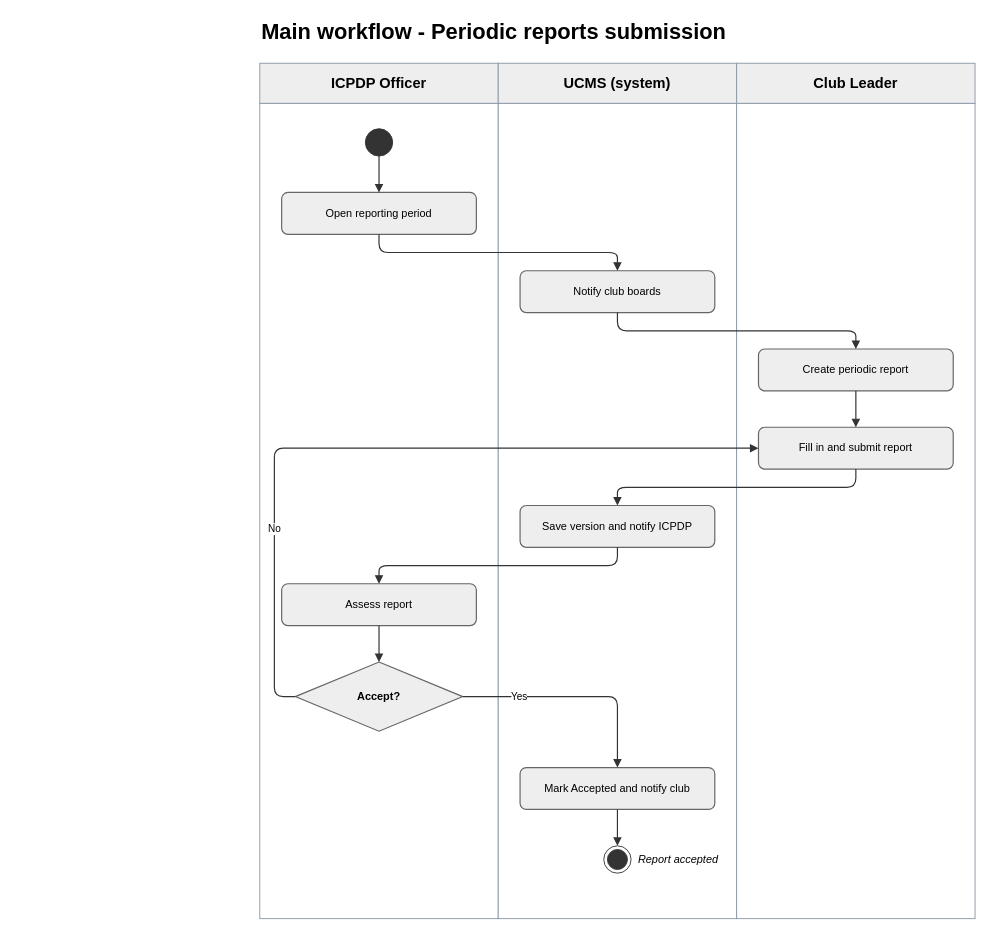
Before: page "03 Periodic reports submission" (3 of 10) of docs/03-diagrams/UCMS_Main_Workflow.drawio in nvdekay/ClubManagementSystem, a draw.io diagram. Source tidied: cells renumbered, new cells numbered last; positions are measured from the earlier drawing's top-left corner, leaving out a move shared by most shapes. Both pictures are drawn from the tidied source at 91%, with x=0, y=0 at pixel (259, 15).
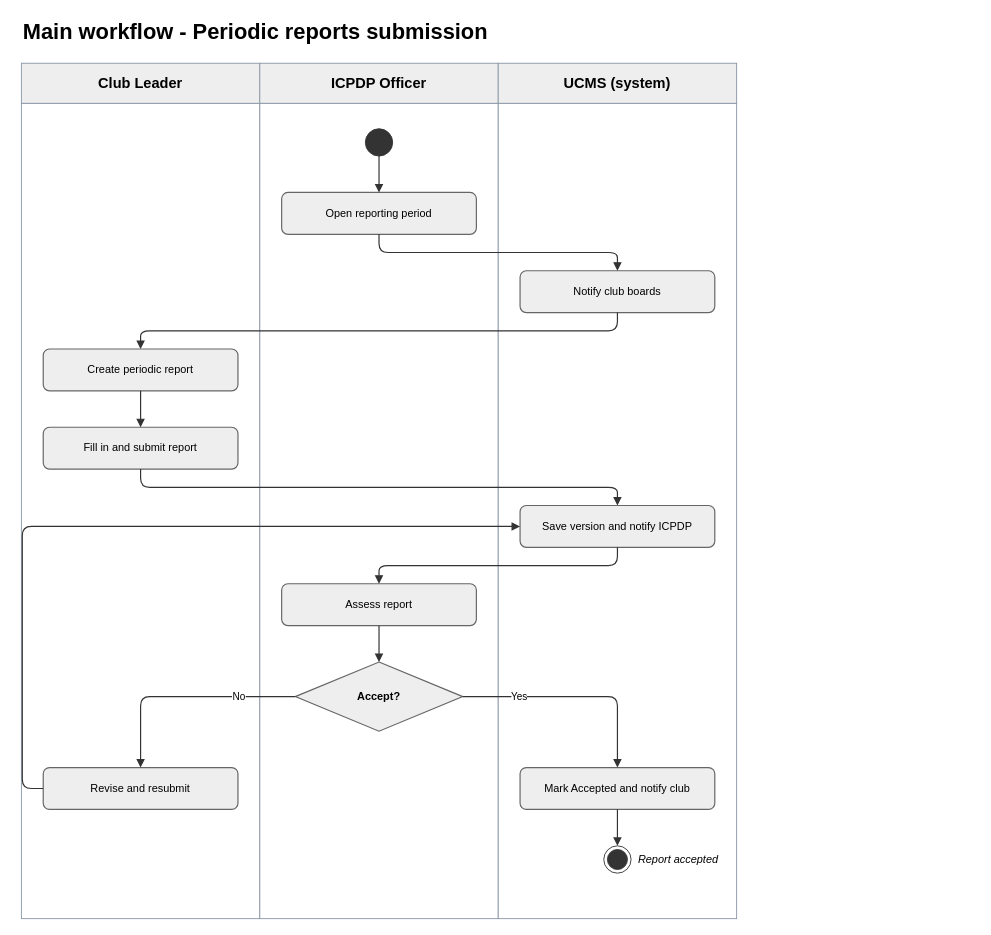
After the change.

Commit message (it also covers changes not shown here):
docs(diagrams): add explicit fix/revise-and-resubmit steps to main workflows

Unchanged cells that the change refers to:
```xml
<mxCell id="14" value="Save version and notify ICPDP" style="rounded=1;whiteSpace=wrap;html=1;fillColor=#eeeeee;strokeColor=#666666;strokeWidth=1.3;spacing=6;fontSize=12;" parent="1" vertex="1">
  <mxGeometry x="286" y="538" width="214" height="46" as="geometry" />
</mxCell>
<mxCell id="16" value="Accept?" style="rhombus;whiteSpace=wrap;html=1;fillColor=#eeeeee;strokeColor=#666666;strokeWidth=1.3;fontStyle=1;spacingLeft=18;spacingRight=18;fontSize=12;" parent="1" vertex="1">
  <mxGeometry x="39" y="710" width="184" height="76" as="geometry" />
</mxCell>
<mxCell id="17" value="Mark Accepted and notify club" style="rounded=1;whiteSpace=wrap;html=1;fillColor=#eeeeee;strokeColor=#666666;strokeWidth=1.3;spacing=6;fontSize=12;" parent="1" vertex="1">
  <mxGeometry x="286" y="826" width="214" height="46" as="geometry" />
</mxCell>
<mxCell id="18" style="ellipse;html=1;shape=endState;fillColor=#333333;strokeColor=#333333;" parent="1" vertex="1">
  <mxGeometry x="378" y="912" width="30" height="30" as="geometry" />
</mxCell>
```

The edit, as a diff of the source:
```diff
@@
     <mxCell id="2" value="Main workflow - Periodic reports submission" style="text;html=1;align=left;verticalAlign=middle;fontSize=24;fontStyle=1;" parent="1" vertex="1">
-      <mxGeometry width="786" height="36" as="geometry" />
+      <mxGeometry x="-262" width="786" height="36" as="geometry" />
     </mxCell>
+    <mxCell id="7" style="rounded=0;html=1;fillColor=#ffffff;strokeColor=#8a97a6;" parent="1" vertex="1">
+      <mxGeometry x="-262" y="96" width="262" height="896" as="geometry" />
+    </mxCell>
+    <mxCell id="8" value="&lt;b&gt;Club Leader&lt;/b&gt;" style="rounded=0;whiteSpace=wrap;html=1;fillColor=#eeeeee;strokeColor=#8a97a6;fontSize=16;" parent="1" vertex="1">
+      <mxGeometry x="-262" y="52" width="262" height="44" as="geometry" />
+    </mxCell>
@@
-    <mxCell id="7" style="rounded=0;html=1;fillColor=#ffffff;strokeColor=#8a97a6;" parent="1" vertex="1">
-      <mxGeometry x="524" y="96" width="262" height="896" as="geometry" />
-    </mxCell>
-    <mxCell id="8" value="&lt;b&gt;Club Leader&lt;/b&gt;" style="rounded=0;whiteSpace=wrap;html=1;fillColor=#eeeeee;strokeColor=#8a97a6;fontSize=16;" parent="1" vertex="1">
-      <mxGeometry x="524" y="52" width="262" height="44" as="geometry" />
-    </mxCell>
@@
     <mxCell id="12" value="Create periodic report" style="rounded=1;whiteSpace=wrap;html=1;fillColor=#eeeeee;strokeColor=#666666;strokeWidth=1.3;spacing=6;fontSize=12;" parent="1" vertex="1">
-      <mxGeometry x="548" y="366" width="214" height="46" as="geometry" />
+      <mxGeometry x="-238" y="366" width="214" height="46" as="geometry" />
     </mxCell>
     <mxCell id="13" value="Fill in and submit report" style="rounded=1;whiteSpace=wrap;html=1;fillColor=#eeeeee;strokeColor=#666666;strokeWidth=1.3;spacing=6;fontSize=12;" parent="1" vertex="1">
-      <mxGeometry x="548" y="452" width="214" height="46" as="geometry" />
+      <mxGeometry x="-238" y="452" width="214" height="46" as="geometry" />
     </mxCell>
@@
+    <mxCell id="30" value="Revise and resubmit" style="rounded=1;whiteSpace=wrap;html=1;fillColor=#eeeeee;strokeColor=#666666;strokeWidth=1.3;spacing=6;fontSize=12;" parent="1" vertex="1">
+      <mxGeometry x="-238" y="826" width="214" height="46" as="geometry" />
+    </mxCell>
@@
-    <mxCell id="28" value="No" style="endArrow=block;endFill=1;html=1;rounded=1;edgeStyle=orthogonalEdgeStyle;strokeColor=#333333;strokeWidth=1.3;fontSize=11;labelBackgroundColor=#ffffff;exitX=0;exitY=0.5;entryX=0;entryY=0.5;" parent="1" edge="1" source="16" target="13">
-      <mxGeometry x="-0.5" relative="1" as="geometry">
-        <Array as="points">
-          <mxPoint x="16" y="748" />
-          <mxPoint x="16" y="475" />
-        </Array>
-      </mxGeometry>
+    <mxCell id="28" value="No" style="endArrow=block;endFill=1;html=1;rounded=1;edgeStyle=orthogonalEdgeStyle;strokeColor=#333333;strokeWidth=1.3;fontSize=11;labelBackgroundColor=#ffffff;exitX=0;exitY=0.5;entryX=0.5;entryY=0;" parent="1" edge="1" source="16" target="30">
+      <mxGeometry x="-0.5" relative="1" as="geometry" />
     </mxCell>
-    <mxCell id="29" style="endArrow=block;endFill=1;html=1;rounded=1;edgeStyle=orthogonalEdgeStyle;strokeColor=#333333;strokeWidth=1.3;fontSize=11;labelBackgroundColor=#ffffff;exitX=0.5;exitY=1;entryX=0.5;entryY=0;" parent="1" edge="1" source="17" target="18">
-      <mxGeometry relative="1" as="geometry" />
+    <mxCell id="29" style="endArrow=block;endFill=1;html=1;rounded=1;edgeStyle=orthogonalEdgeStyle;strokeColor=#333333;strokeWidth=1.3;fontSize=11;labelBackgroundColor=#ffffff;exitX=0;exitY=0.5;entryX=0;entryY=0.5;" parent="1" edge="1" source="30" target="14">
+      <mxGeometry relative="1" as="geometry">
+        <Array as="points">
+          <mxPoint x="-261" y="849" />
+          <mxPoint x="-261" y="561" />
+        </Array>
+      </mxGeometry>
     </mxCell>
+    <mxCell id="31" style="endArrow=block;endFill=1;html=1;rounded=1;edgeStyle=orthogonalEdgeStyle;strokeColor=#333333;strokeWidth=1.3;fontSize=11;labelBackgroundColor=#ffffff;exitX=0.5;exitY=1;entryX=0.5;entryY=0;" parent="1" edge="1" source="17" target="18">
+      <mxGeometry relative="1" as="geometry" />
+    </mxCell>
```
